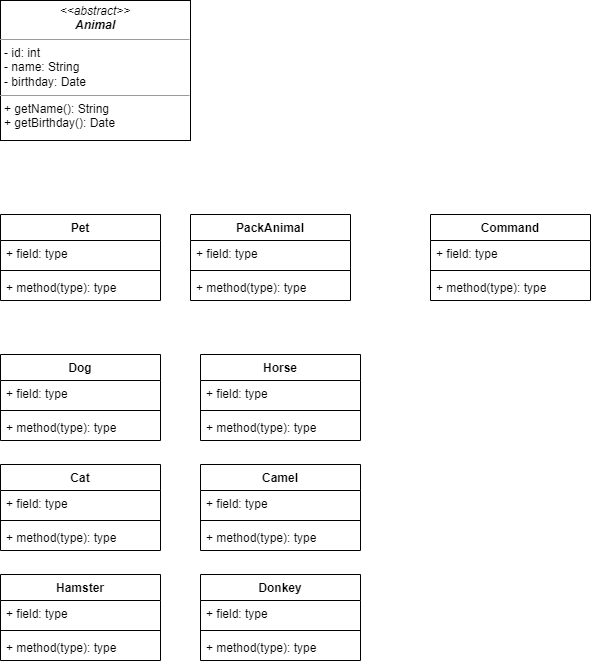
Above: ClassDiagram.png in eevgb/final_examination (draw.io), before the change. Source tidied: cells renumbered, new cells last; positions are measured from the earlier drawing's top-left corner, leaving out a move shared by most shapes. The source it was exported from:
```xml
<mxGraphModel>
  <root>
    <mxCell id="0" />
    <mxCell id="1" parent="0" />
    <mxCell id="2" value="Pet" style="swimlane;fontStyle=1;align=center;verticalAlign=top;horizontal=1;startSize=26;" parent="1" vertex="1">
      <mxGeometry y="214" width="160" height="86" as="geometry" />
    </mxCell>
    <mxCell id="3" value="+ field: type" style="text;strokeColor=none;fillColor=none;align=left;verticalAlign=top;spacingLeft=4;spacingRight=4;overflow=hidden;" parent="2" vertex="1">
      <mxGeometry y="26" width="160" height="26" as="geometry" />
    </mxCell>
    <mxCell id="4" style="line;strokeWidth=1;fillColor=none;align=left;verticalAlign=middle;spacingTop=-1;spacingLeft=3;spacingRight=3;labelPosition=right;strokeColor=inherit;" parent="2" vertex="1">
      <mxGeometry y="52" width="160" height="8" as="geometry" />
    </mxCell>
    <mxCell id="5" value="+ method(type): type" style="text;strokeColor=none;fillColor=none;align=left;verticalAlign=top;spacingLeft=4;spacingRight=4;overflow=hidden;" parent="2" vertex="1">
      <mxGeometry y="60" width="160" height="26" as="geometry" />
    </mxCell>
    <mxCell id="6" value="&lt;p style=&quot;margin:0px;margin-top:4px;text-align:center;&quot;&gt;&lt;i&gt;&amp;lt;&amp;lt;abstract&amp;gt;&amp;gt;&lt;/i&gt;&lt;br&gt;&lt;b&gt;&lt;i&gt;Animal&lt;/i&gt;&lt;/b&gt;&lt;/p&gt;&lt;hr size=&quot;1&quot;&gt;&lt;p style=&quot;margin:0px;margin-left:4px;&quot;&gt;- id: int&lt;br&gt;- name: String&lt;/p&gt;&lt;p style=&quot;margin:0px;margin-left:4px;&quot;&gt;- birthday: Date&lt;/p&gt;&lt;hr size=&quot;1&quot;&gt;&lt;p style=&quot;margin:0px;margin-left:4px;&quot;&gt;+ getName(): String&lt;br&gt;+ getBirthday(): Date&lt;/p&gt;" style="verticalAlign=top;align=left;overflow=fill;fontSize=12;fontFamily=Helvetica;html=1;" parent="1" vertex="1">
      <mxGeometry width="190" height="140" as="geometry" />
    </mxCell>
    <mxCell id="7" value="PackAnimal" style="swimlane;fontStyle=1;align=center;verticalAlign=top;horizontal=1;startSize=26;" parent="1" vertex="1">
      <mxGeometry x="190" y="214" width="160" height="86" as="geometry" />
    </mxCell>
    <mxCell id="8" value="+ field: type" style="text;strokeColor=none;fillColor=none;align=left;verticalAlign=top;spacingLeft=4;spacingRight=4;overflow=hidden;" parent="7" vertex="1">
      <mxGeometry y="26" width="160" height="26" as="geometry" />
    </mxCell>
    <mxCell id="9" style="line;strokeWidth=1;fillColor=none;align=left;verticalAlign=middle;spacingTop=-1;spacingLeft=3;spacingRight=3;labelPosition=right;strokeColor=inherit;" parent="7" vertex="1">
      <mxGeometry y="52" width="160" height="8" as="geometry" />
    </mxCell>
    <mxCell id="10" value="+ method(type): type" style="text;strokeColor=none;fillColor=none;align=left;verticalAlign=top;spacingLeft=4;spacingRight=4;overflow=hidden;" parent="7" vertex="1">
      <mxGeometry y="60" width="160" height="26" as="geometry" />
    </mxCell>
    <mxCell id="11" value="Dog" style="swimlane;fontStyle=1;align=center;verticalAlign=top;horizontal=1;startSize=26;" parent="1" vertex="1">
      <mxGeometry y="354" width="160" height="86" as="geometry" />
    </mxCell>
    <mxCell id="12" value="+ field: type" style="text;strokeColor=none;fillColor=none;align=left;verticalAlign=top;spacingLeft=4;spacingRight=4;overflow=hidden;" parent="11" vertex="1">
      <mxGeometry y="26" width="160" height="26" as="geometry" />
    </mxCell>
    <mxCell id="13" style="line;strokeWidth=1;fillColor=none;align=left;verticalAlign=middle;spacingTop=-1;spacingLeft=3;spacingRight=3;labelPosition=right;strokeColor=inherit;" parent="11" vertex="1">
      <mxGeometry y="52" width="160" height="8" as="geometry" />
    </mxCell>
    <mxCell id="14" value="+ method(type): type" style="text;strokeColor=none;fillColor=none;align=left;verticalAlign=top;spacingLeft=4;spacingRight=4;overflow=hidden;" parent="11" vertex="1">
      <mxGeometry y="60" width="160" height="26" as="geometry" />
    </mxCell>
    <mxCell id="15" value="Cat" style="swimlane;fontStyle=1;align=center;verticalAlign=top;horizontal=1;startSize=26;" parent="1" vertex="1">
      <mxGeometry y="464" width="160" height="86" as="geometry" />
    </mxCell>
    <mxCell id="16" value="+ field: type" style="text;strokeColor=none;fillColor=none;align=left;verticalAlign=top;spacingLeft=4;spacingRight=4;overflow=hidden;" parent="15" vertex="1">
      <mxGeometry y="26" width="160" height="26" as="geometry" />
    </mxCell>
    <mxCell id="17" style="line;strokeWidth=1;fillColor=none;align=left;verticalAlign=middle;spacingTop=-1;spacingLeft=3;spacingRight=3;labelPosition=right;strokeColor=inherit;" parent="15" vertex="1">
      <mxGeometry y="52" width="160" height="8" as="geometry" />
    </mxCell>
    <mxCell id="18" value="+ method(type): type" style="text;strokeColor=none;fillColor=none;align=left;verticalAlign=top;spacingLeft=4;spacingRight=4;overflow=hidden;" parent="15" vertex="1">
      <mxGeometry y="60" width="160" height="26" as="geometry" />
    </mxCell>
    <mxCell id="19" value="Hamster" style="swimlane;fontStyle=1;align=center;verticalAlign=top;horizontal=1;startSize=26;" parent="1" vertex="1">
      <mxGeometry y="574" width="160" height="86" as="geometry" />
    </mxCell>
    <mxCell id="20" value="+ field: type" style="text;strokeColor=none;fillColor=none;align=left;verticalAlign=top;spacingLeft=4;spacingRight=4;overflow=hidden;" parent="19" vertex="1">
      <mxGeometry y="26" width="160" height="26" as="geometry" />
    </mxCell>
    <mxCell id="21" style="line;strokeWidth=1;fillColor=none;align=left;verticalAlign=middle;spacingTop=-1;spacingLeft=3;spacingRight=3;labelPosition=right;strokeColor=inherit;" parent="19" vertex="1">
      <mxGeometry y="52" width="160" height="8" as="geometry" />
    </mxCell>
    <mxCell id="22" value="+ method(type): type" style="text;strokeColor=none;fillColor=none;align=left;verticalAlign=top;spacingLeft=4;spacingRight=4;overflow=hidden;" parent="19" vertex="1">
      <mxGeometry y="60" width="160" height="26" as="geometry" />
    </mxCell>
    <mxCell id="23" value="Horse" style="swimlane;fontStyle=1;align=center;verticalAlign=top;horizontal=1;startSize=26;" parent="1" vertex="1">
      <mxGeometry x="200" y="354" width="160" height="86" as="geometry" />
    </mxCell>
    <mxCell id="24" value="+ field: type" style="text;strokeColor=none;fillColor=none;align=left;verticalAlign=top;spacingLeft=4;spacingRight=4;overflow=hidden;" parent="23" vertex="1">
      <mxGeometry y="26" width="160" height="26" as="geometry" />
    </mxCell>
    <mxCell id="25" style="line;strokeWidth=1;fillColor=none;align=left;verticalAlign=middle;spacingTop=-1;spacingLeft=3;spacingRight=3;labelPosition=right;strokeColor=inherit;" parent="23" vertex="1">
      <mxGeometry y="52" width="160" height="8" as="geometry" />
    </mxCell>
    <mxCell id="26" value="+ method(type): type" style="text;strokeColor=none;fillColor=none;align=left;verticalAlign=top;spacingLeft=4;spacingRight=4;overflow=hidden;" parent="23" vertex="1">
      <mxGeometry y="60" width="160" height="26" as="geometry" />
    </mxCell>
    <mxCell id="27" value="Camel" style="swimlane;fontStyle=1;align=center;verticalAlign=top;horizontal=1;startSize=26;" parent="1" vertex="1">
      <mxGeometry x="200" y="464" width="160" height="86" as="geometry" />
    </mxCell>
    <mxCell id="28" value="+ field: type" style="text;strokeColor=none;fillColor=none;align=left;verticalAlign=top;spacingLeft=4;spacingRight=4;overflow=hidden;" parent="27" vertex="1">
      <mxGeometry y="26" width="160" height="26" as="geometry" />
    </mxCell>
    <mxCell id="29" style="line;strokeWidth=1;fillColor=none;align=left;verticalAlign=middle;spacingTop=-1;spacingLeft=3;spacingRight=3;labelPosition=right;strokeColor=inherit;" parent="27" vertex="1">
      <mxGeometry y="52" width="160" height="8" as="geometry" />
    </mxCell>
    <mxCell id="30" value="+ method(type): type" style="text;strokeColor=none;fillColor=none;align=left;verticalAlign=top;spacingLeft=4;spacingRight=4;overflow=hidden;" parent="27" vertex="1">
      <mxGeometry y="60" width="160" height="26" as="geometry" />
    </mxCell>
    <mxCell id="31" value="Donkey" style="swimlane;fontStyle=1;align=center;verticalAlign=top;horizontal=1;startSize=26;" parent="1" vertex="1">
      <mxGeometry x="200" y="574" width="160" height="86" as="geometry" />
    </mxCell>
    <mxCell id="32" value="+ field: type" style="text;strokeColor=none;fillColor=none;align=left;verticalAlign=top;spacingLeft=4;spacingRight=4;overflow=hidden;" parent="31" vertex="1">
      <mxGeometry y="26" width="160" height="26" as="geometry" />
    </mxCell>
    <mxCell id="33" style="line;strokeWidth=1;fillColor=none;align=left;verticalAlign=middle;spacingTop=-1;spacingLeft=3;spacingRight=3;labelPosition=right;strokeColor=inherit;" parent="31" vertex="1">
      <mxGeometry y="52" width="160" height="8" as="geometry" />
    </mxCell>
    <mxCell id="34" value="+ method(type): type" style="text;strokeColor=none;fillColor=none;align=left;verticalAlign=top;spacingLeft=4;spacingRight=4;overflow=hidden;" parent="31" vertex="1">
      <mxGeometry y="60" width="160" height="26" as="geometry" />
    </mxCell>
    <mxCell id="35" value="Command" style="swimlane;fontStyle=1;align=center;verticalAlign=top;horizontal=1;startSize=26;" parent="1" vertex="1">
      <mxGeometry x="430" y="214" width="160" height="86" as="geometry" />
    </mxCell>
    <mxCell id="36" value="+ field: type" style="text;strokeColor=none;fillColor=none;align=left;verticalAlign=top;spacingLeft=4;spacingRight=4;overflow=hidden;" parent="35" vertex="1">
      <mxGeometry y="26" width="160" height="26" as="geometry" />
    </mxCell>
    <mxCell id="37" style="line;strokeWidth=1;fillColor=none;align=left;verticalAlign=middle;spacingTop=-1;spacingLeft=3;spacingRight=3;labelPosition=right;strokeColor=inherit;" parent="35" vertex="1">
      <mxGeometry y="52" width="160" height="8" as="geometry" />
    </mxCell>
    <mxCell id="38" value="+ method(type): type" style="text;strokeColor=none;fillColor=none;align=left;verticalAlign=top;spacingLeft=4;spacingRight=4;overflow=hidden;" parent="35" vertex="1">
      <mxGeometry y="60" width="160" height="26" as="geometry" />
    </mxCell>
  </root>
</mxGraphModel>
```
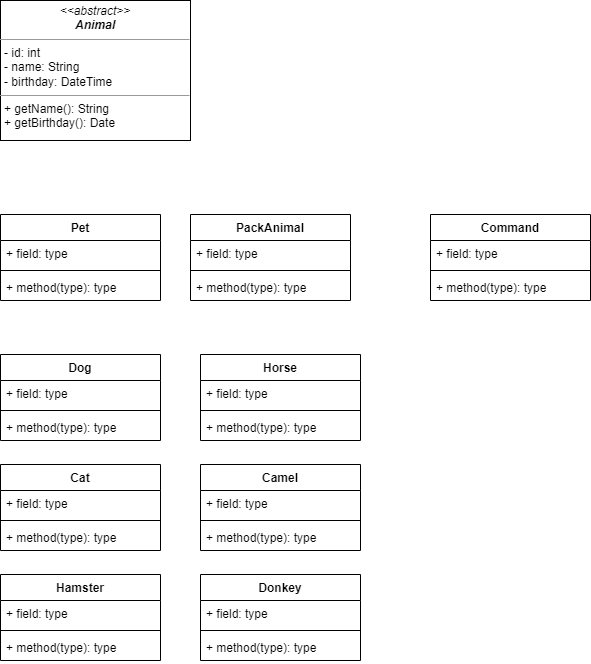
Above is the later version.

Change to the diagram source:
```diff
@@ -14,7 +14,7 @@
     <mxCell id="5" value="+ method(type): type" style="text;strokeColor=none;fillColor=none;align=left;verticalAlign=top;spacingLeft=4;spacingRight=4;overflow=hidden;" parent="2" vertex="1">
       <mxGeometry y="60" width="160" height="26" as="geometry" />
     </mxCell>
-    <mxCell id="6" value="&lt;p style=&quot;margin:0px;margin-top:4px;text-align:center;&quot;&gt;&lt;i&gt;&amp;lt;&amp;lt;abstract&amp;gt;&amp;gt;&lt;/i&gt;&lt;br&gt;&lt;b&gt;&lt;i&gt;Animal&lt;/i&gt;&lt;/b&gt;&lt;/p&gt;&lt;hr size=&quot;1&quot;&gt;&lt;p style=&quot;margin:0px;margin-left:4px;&quot;&gt;- id: int&lt;br&gt;- name: String&lt;/p&gt;&lt;p style=&quot;margin:0px;margin-left:4px;&quot;&gt;- birthday: Date&lt;/p&gt;&lt;hr size=&quot;1&quot;&gt;&lt;p style=&quot;margin:0px;margin-left:4px;&quot;&gt;+ getName(): String&lt;br&gt;+ getBirthday(): Date&lt;/p&gt;" style="verticalAlign=top;align=left;overflow=fill;fontSize=12;fontFamily=Helvetica;html=1;" parent="1" vertex="1">
+    <mxCell id="6" value="&lt;p style=&quot;margin:0px;margin-top:4px;text-align:center;&quot;&gt;&lt;i&gt;&amp;lt;&amp;lt;abstract&amp;gt;&amp;gt;&lt;/i&gt;&lt;br&gt;&lt;b&gt;&lt;i&gt;Animal&lt;/i&gt;&lt;/b&gt;&lt;/p&gt;&lt;hr size=&quot;1&quot;&gt;&lt;p style=&quot;margin:0px;margin-left:4px;&quot;&gt;- id: int&lt;br&gt;- name: String&lt;/p&gt;&lt;p style=&quot;margin:0px;margin-left:4px;&quot;&gt;- birthday: DateTime&lt;/p&gt;&lt;hr size=&quot;1&quot;&gt;&lt;p style=&quot;margin:0px;margin-left:4px;&quot;&gt;+ getName(): String&lt;br&gt;+ getBirthday(): Date&lt;/p&gt;" style="verticalAlign=top;align=left;overflow=fill;fontSize=12;fontFamily=Helvetica;html=1;" parent="1" vertex="1">
       <mxGeometry width="190" height="140" as="geometry" />
     </mxCell>
     <mxCell id="7" value="PackAnimal" style="swimlane;fontStyle=1;align=center;verticalAlign=top;horizontal=1;startSize=26;" parent="1" vertex="1">
```
